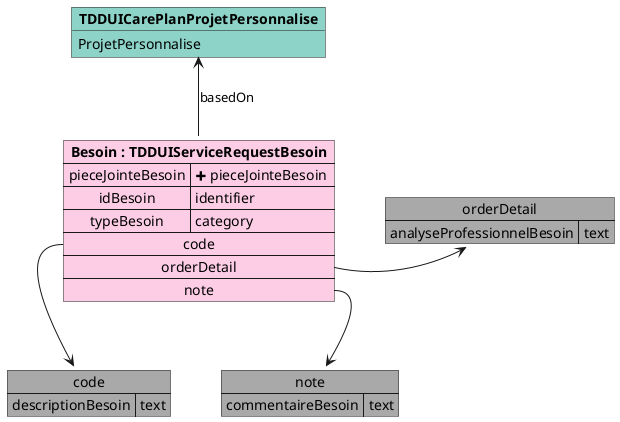
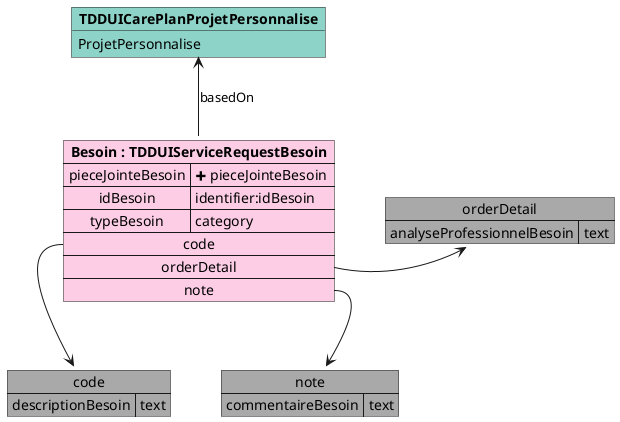
@startuml

map "code" as code #DarkGray {
    descriptionBesoin => text
}

map "orderDetail" as orderDetail #DarkGray {
    analyseProfessionnelBesoin => text
}

map "note" as note #DarkGray {
    commentaireBesoin => text
}

object "**TDDUICarePlanProjetPersonnalise**" as TDDUICarePlanProjetPersonnalise_basedOn #8dd3c7 {
    ProjetPersonnalise
}

map "**Besoin : TDDUIServiceRequestBesoin**" as Besoin #fccde5 {
    pieceJointeBesoin => <&plus> pieceJointeBesoin
-     idBesoin => identifier
+     idBesoin => identifier:idBesoin
    typeBesoin => category
    code *--> code
    orderDetail *-> orderDetail
    note *--> note
}

Besoin -u-> TDDUICarePlanProjetPersonnalise_basedOn : basedOn

@enduml